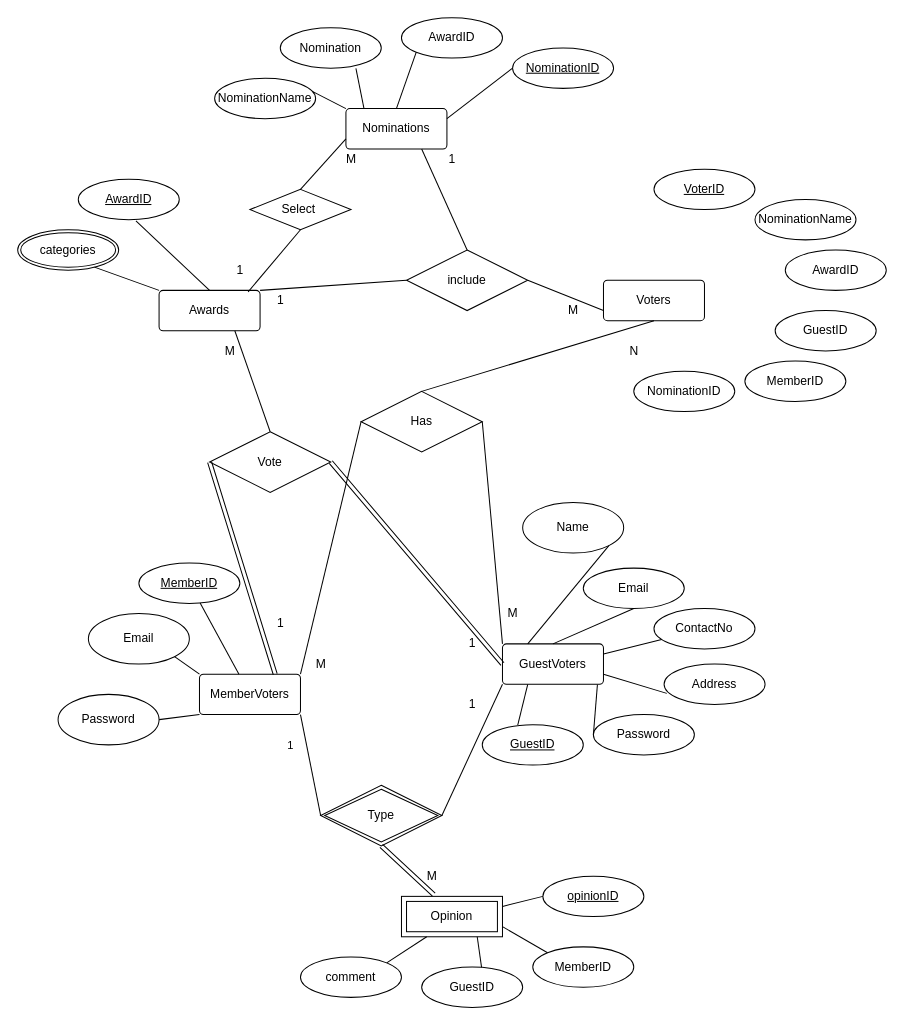
This is ER digrm.drawio from Lasitha64/OVS, a draw.io file, before an edit. Source tidied: cells renumbered, new cells numbered last; positions are measured from the earlier drawing's top-left corner, leaving out a move shared by most shapes. Both pictures are drawn from the tidied source at 101%, with x=0, y=0 at pixel (17, 17).
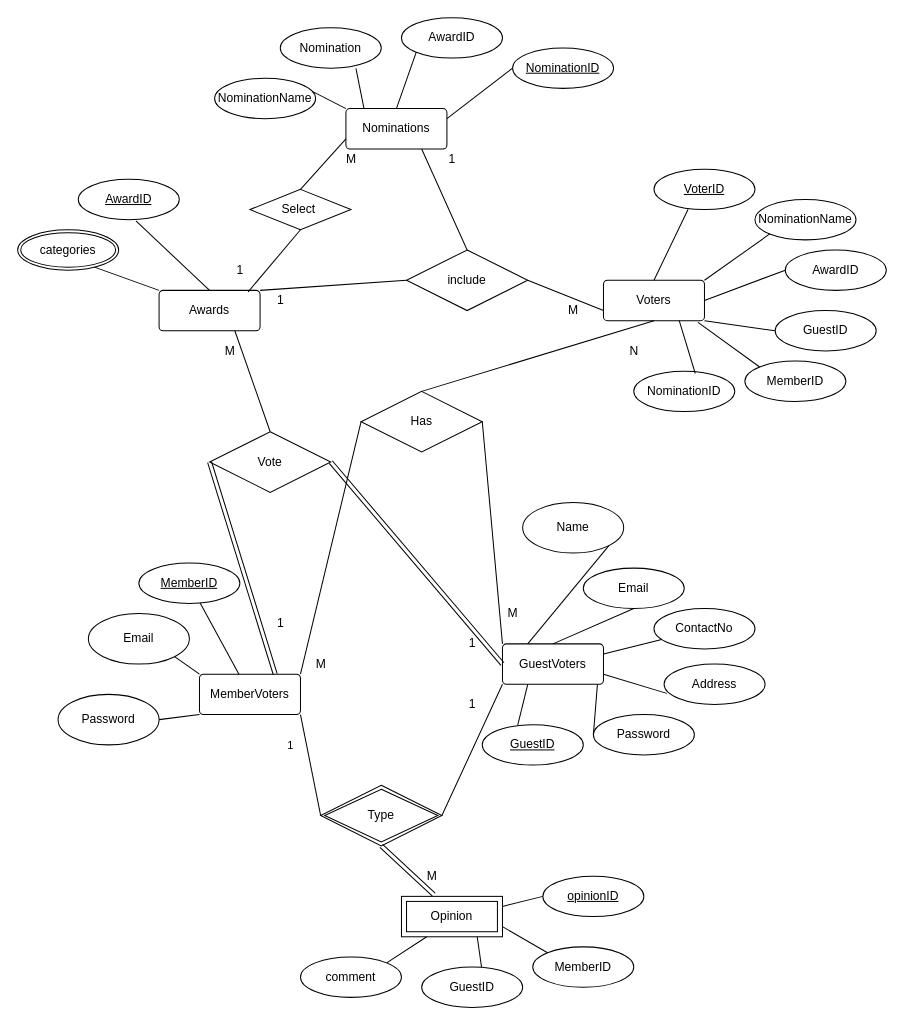
After the change.

The change refers to these unchanged cells:
```xml
<mxCell id="42" value="Voters" style="rounded=1;arcSize=10;whiteSpace=wrap;html=1;align=center;" parent="1" vertex="1">
  <mxGeometry x="580" y="260" width="100" height="40" as="geometry" />
</mxCell>
<mxCell id="61" value="VoterID" style="ellipse;whiteSpace=wrap;html=1;align=center;fontStyle=4;" parent="1" vertex="1">
  <mxGeometry x="630" y="150" width="100" height="40" as="geometry" />
</mxCell>
<mxCell id="62" value="AwardID" style="ellipse;whiteSpace=wrap;html=1;align=center;" parent="1" vertex="1">
  <mxGeometry x="760" y="230" width="100" height="40" as="geometry" />
</mxCell>
<mxCell id="63" value="GuestID" style="ellipse;whiteSpace=wrap;html=1;align=center;" parent="1" vertex="1">
  <mxGeometry x="750" y="290" width="100" height="40" as="geometry" />
</mxCell>
<mxCell id="64" value="MemberID" style="ellipse;whiteSpace=wrap;html=1;align=center;" parent="1" vertex="1">
  <mxGeometry x="720" y="340" width="100" height="40" as="geometry" />
</mxCell>
<mxCell id="65" value="NominationID" style="ellipse;whiteSpace=wrap;html=1;align=center;" parent="1" vertex="1">
  <mxGeometry x="610" y="350" width="100" height="40" as="geometry" />
</mxCell>
<mxCell id="66" value="NominationName" style="ellipse;whiteSpace=wrap;html=1;align=center;" parent="1" vertex="1">
  <mxGeometry x="730" y="180" width="100" height="40" as="geometry" />
</mxCell>
```

What changed in the source:
```diff
@@
+    <mxCell id="88" style="endArrow=none;html=1;rounded=0;entryX=0.338;entryY=0.992;entryDx=0;entryDy=0;exitX=0.5;exitY=0;exitDx=0;exitDy=0;entryPerimeter=0;" parent="1" edge="1" source="42" target="61">
+      <mxGeometry relative="1" as="geometry" />
+    </mxCell>
+    <mxCell id="89" style="endArrow=none;html=1;rounded=0;entryX=0;entryY=1;entryDx=0;entryDy=0;exitX=1;exitY=0;exitDx=0;exitDy=0;" parent="1" edge="1" source="42" target="66">
+      <mxGeometry relative="1" as="geometry" />
+    </mxCell>
+    <mxCell id="90" style="endArrow=none;html=1;rounded=0;entryX=0;entryY=0.5;entryDx=0;entryDy=0;exitX=1;exitY=0.5;exitDx=0;exitDy=0;" parent="1" edge="1" source="42" target="62">
+      <mxGeometry relative="1" as="geometry" />
+    </mxCell>
+    <mxCell id="91" style="endArrow=none;html=1;rounded=0;entryX=0;entryY=0.5;entryDx=0;entryDy=0;exitX=1;exitY=1;exitDx=0;exitDy=0;" parent="1" edge="1" source="42" target="63">
+      <mxGeometry relative="1" as="geometry" />
+    </mxCell>
+    <mxCell id="92" style="endArrow=none;html=1;rounded=0;entryX=0;entryY=0;entryDx=0;entryDy=0;exitX=0.936;exitY=1.042;exitDx=0;exitDy=0;exitPerimeter=0;" parent="1" edge="1" source="42" target="64">
+      <mxGeometry relative="1" as="geometry" />
+    </mxCell>
+    <mxCell id="93" style="endArrow=none;html=1;rounded=0;entryX=0.609;entryY=0.058;entryDx=0;entryDy=0;exitX=0.75;exitY=1;exitDx=0;exitDy=0;entryPerimeter=0;" parent="1" edge="1" source="42" target="65">
+      <mxGeometry relative="1" as="geometry" />
+    </mxCell>
```
